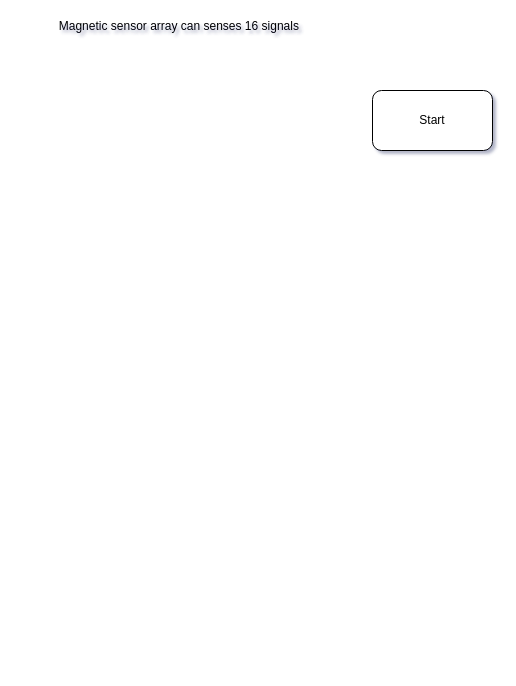
x-dl/git keeps this draw.io diagram as Untitled Diagram.drawio. Above is the earlier version. Source tidied: cells renumbered, new cells numbered last; positions are measured from the earlier drawing's top-left corner, leaving out a move shared by most shapes. Both pictures are drawn from the tidied source at 100%, with x=0, y=0 at pixel (33, 17).
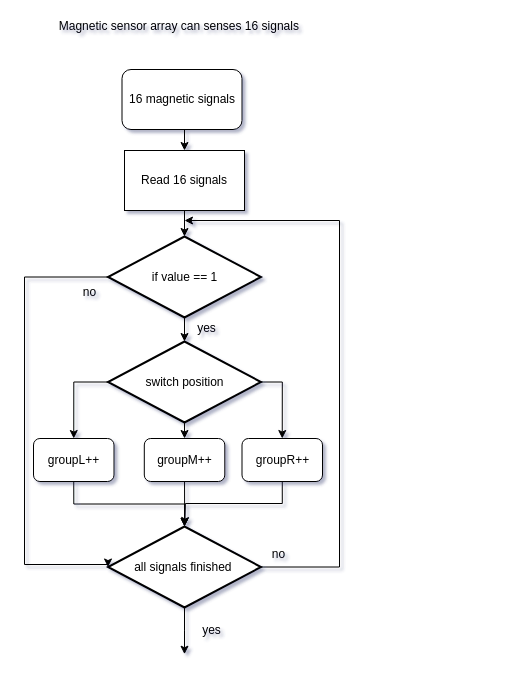
After the change.

Diff of the diagram source:
```diff
@@
+    <mxCell id="4" style="edgeStyle=orthogonalEdgeStyle;rounded=0;jettySize=auto;html=1;exitX=0.5;exitY=1;exitDx=0;exitDy=0;entryX=0.5;entryY=0;entryDx=0;entryDy=0;" parent="1" edge="1" source="3" target="6">
+      <mxGeometry relative="1" as="geometry" />
+    </mxCell>
-    <mxCell id="3" value="Start" style="rounded=1;whiteSpace=wrap;html=1;" parent="1" vertex="1">
-      <mxGeometry x="339" y="73" width="120" height="60" as="geometry" />
+    <mxCell id="3" value="16 magnetic signals" style="rounded=1;whiteSpace=wrap;html=1;" parent="1" vertex="1">
+      <mxGeometry x="88.5" y="52" width="120" height="60" as="geometry" />
     </mxCell>
+    <mxCell id="5" style="edgeStyle=orthogonalEdgeStyle;rounded=0;jettySize=auto;html=1;exitX=0.5;exitY=1;exitDx=0;exitDy=0;entryX=0.5;entryY=0;entryDx=0;entryDy=0;entryPerimeter=0;" parent="1" edge="1" source="6" target="9">
+      <mxGeometry relative="1" as="geometry" />
+    </mxCell>
+    <mxCell id="6" value="Read 16 signals" style="whiteSpace=wrap;html=1;" parent="1" vertex="1">
+      <mxGeometry x="91" y="133" width="120" height="60" as="geometry" />
+    </mxCell>
+    <mxCell id="7" style="edgeStyle=orthogonalEdgeStyle;rounded=0;jettySize=auto;html=1;exitX=0.5;exitY=1;exitDx=0;exitDy=0;exitPerimeter=0;entryX=0.5;entryY=0;entryDx=0;entryDy=0;entryPerimeter=0;" parent="1" edge="1" source="9" target="13">
+      <mxGeometry relative="1" as="geometry" />
+    </mxCell>
+    <mxCell id="8" style="edgeStyle=orthogonalEdgeStyle;rounded=0;jettySize=auto;html=1;exitX=0;exitY=0.5;exitDx=0;exitDy=0;exitPerimeter=0;entryX=0;entryY=0.5;entryDx=0;entryDy=0;entryPerimeter=0;" parent="1" edge="1" source="9" target="24">
+      <mxGeometry relative="1" as="geometry">
+        <Array as="points">
+          <mxPoint x="-9" y="260" />
+          <mxPoint x="-9" y="547" />
+        </Array>
+      </mxGeometry>
+    </mxCell>
+    <mxCell id="9" value="if value == 1" style="strokeWidth=2;html=1;shape=mxgraph.flowchart.decision;whiteSpace=wrap;" parent="1" vertex="1">
+      <mxGeometry x="74.5" y="219" width="153" height="81" as="geometry" />
+    </mxCell>
+    <mxCell id="10" style="edgeStyle=orthogonalEdgeStyle;rounded=0;jettySize=auto;html=1;exitX=0;exitY=0.5;exitDx=0;exitDy=0;exitPerimeter=0;entryX=0.5;entryY=0;entryDx=0;entryDy=0;" parent="1" edge="1" source="13" target="17">
+      <mxGeometry relative="1" as="geometry" />
+    </mxCell>
+    <mxCell id="11" style="edgeStyle=orthogonalEdgeStyle;rounded=0;jettySize=auto;html=1;exitX=0.5;exitY=1;exitDx=0;exitDy=0;exitPerimeter=0;entryX=0.5;entryY=0;entryDx=0;entryDy=0;" parent="1" edge="1" source="13" target="19">
+      <mxGeometry relative="1" as="geometry" />
+    </mxCell>
+    <mxCell id="12" style="edgeStyle=orthogonalEdgeStyle;rounded=0;jettySize=auto;html=1;exitX=1;exitY=0.5;exitDx=0;exitDy=0;exitPerimeter=0;entryX=0.5;entryY=0;entryDx=0;entryDy=0;" parent="1" edge="1" source="13" target="21">
+      <mxGeometry relative="1" as="geometry" />
+    </mxCell>
+    <mxCell id="13" value="switch position" style="strokeWidth=2;html=1;shape=mxgraph.flowchart.decision;whiteSpace=wrap;" parent="1" vertex="1">
+      <mxGeometry x="74.5" y="324" width="153" height="81" as="geometry" />
+    </mxCell>
+    <mxCell id="14" value="yes" style="text;html=1;align=center;verticalAlign=middle;strokeColor=none;fillColor=none;" parent="1" vertex="1">
+      <mxGeometry x="157" y="302" width="32" height="18" as="geometry" />
+    </mxCell>
+    <mxCell id="15" value="no&lt;br&gt;" style="text;html=1;align=center;verticalAlign=middle;strokeColor=none;fillColor=none;" parent="1" vertex="1">
+      <mxGeometry x="43" y="266" width="26" height="18" as="geometry" />
+    </mxCell>
+    <mxCell id="16" style="edgeStyle=orthogonalEdgeStyle;rounded=0;jettySize=auto;html=1;exitX=0.5;exitY=1;exitDx=0;exitDy=0;" parent="1" edge="1" source="17" target="24">
+      <mxGeometry relative="1" as="geometry" />
+    </mxCell>
+    <mxCell id="17" value="groupL++" style="rounded=1;whiteSpace=wrap;html=1;" parent="1" vertex="1">
+      <mxGeometry y="421" width="80.5" height="43" as="geometry" />
+    </mxCell>
+    <mxCell id="18" style="edgeStyle=orthogonalEdgeStyle;rounded=0;jettySize=auto;html=1;exitX=0.5;exitY=1;exitDx=0;exitDy=0;entryX=0.5;entryY=0;entryDx=0;entryDy=0;entryPerimeter=0;" parent="1" edge="1" source="19" target="24">
+      <mxGeometry relative="1" as="geometry" />
+    </mxCell>
+    <mxCell id="19" value="&lt;span&gt;groupM++&lt;/span&gt;" style="rounded=1;whiteSpace=wrap;html=1;" parent="1" vertex="1">
+      <mxGeometry x="110.8" y="421" width="80.5" height="43" as="geometry" />
+    </mxCell>
+    <mxCell id="20" style="edgeStyle=orthogonalEdgeStyle;rounded=0;jettySize=auto;html=1;exitX=0.5;exitY=1;exitDx=0;exitDy=0;" parent="1" edge="1" source="21">
+      <mxGeometry relative="1" as="geometry">
+        <mxPoint x="151.4" y="508" as="targetPoint" />
+      </mxGeometry>
+    </mxCell>
+    <mxCell id="21" value="&lt;span&gt;groupR++&lt;/span&gt;" style="rounded=1;whiteSpace=wrap;html=1;" parent="1" vertex="1">
+      <mxGeometry x="208.5" y="421" width="80.5" height="43" as="geometry" />
+    </mxCell>
+    <mxCell id="22" style="edgeStyle=orthogonalEdgeStyle;rounded=0;jettySize=auto;html=1;exitX=0.5;exitY=1;exitDx=0;exitDy=0;exitPerimeter=0;" parent="1" edge="1" source="24">
+      <mxGeometry relative="1" as="geometry">
+        <mxPoint x="151" y="636.7" as="targetPoint" />
+      </mxGeometry>
+    </mxCell>
+    <mxCell id="23" style="edgeStyle=orthogonalEdgeStyle;rounded=0;jettySize=auto;html=1;exitX=1;exitY=0.5;exitDx=0;exitDy=0;exitPerimeter=0;" parent="1" edge="1" source="24">
+      <mxGeometry relative="1" as="geometry">
+        <mxPoint x="151" y="203" as="targetPoint" />
+        <Array as="points">
+          <mxPoint x="306" y="550" />
+          <mxPoint x="306" y="203" />
+        </Array>
+      </mxGeometry>
+    </mxCell>
+    <mxCell id="24" value="all signals finished&amp;nbsp;" style="strokeWidth=2;html=1;shape=mxgraph.flowchart.decision;whiteSpace=wrap;" parent="1" vertex="1">
+      <mxGeometry x="74.5" y="509" width="153" height="81" as="geometry" />
+    </mxCell>
+    <mxCell id="25" value="no&lt;br&gt;" style="text;html=1;align=center;verticalAlign=middle;strokeColor=none;fillColor=none;" parent="1" vertex="1">
+      <mxGeometry x="232" y="528" width="26" height="18" as="geometry" />
+    </mxCell>
+    <mxCell id="26" value="yes&lt;br&gt;" style="text;html=1;align=center;verticalAlign=middle;strokeColor=none;fillColor=none;" parent="1" vertex="1">
+      <mxGeometry x="162" y="604" width="32" height="18" as="geometry" />
+    </mxCell>
```
